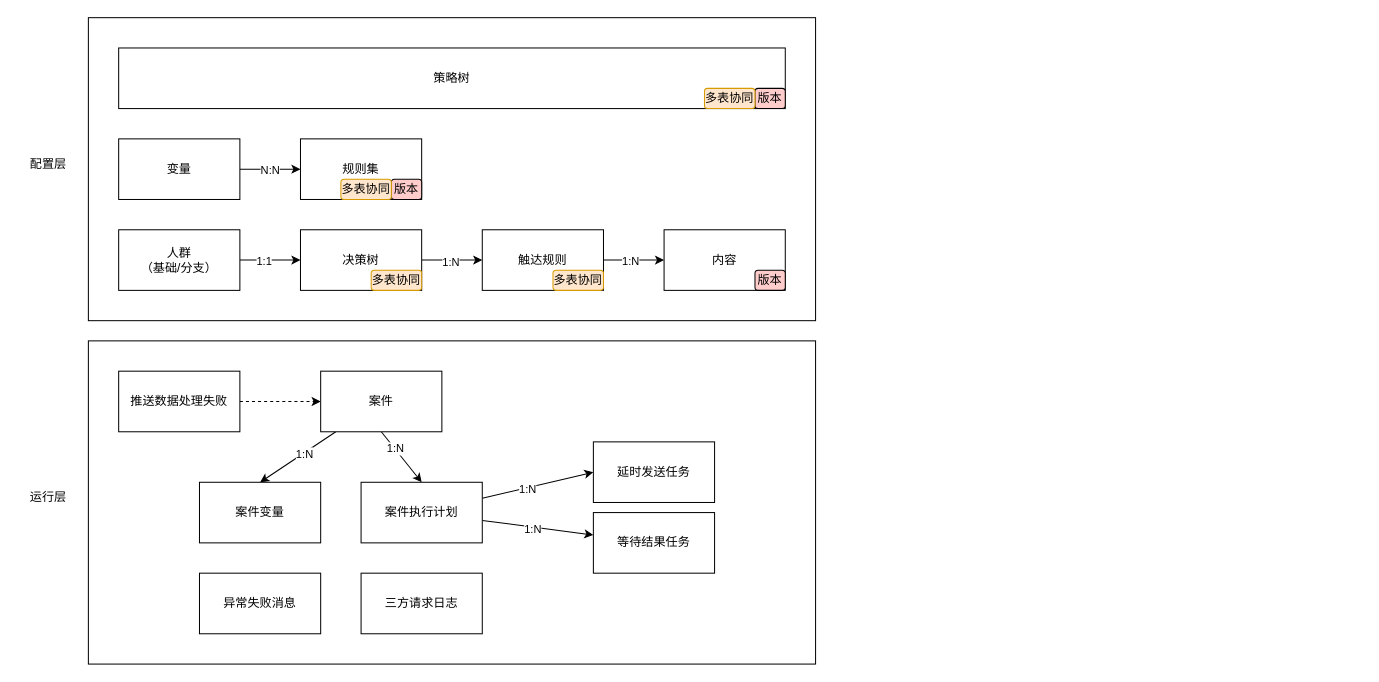
Before: page "数据模型" (2 of 6) of 运营决策系统设计.drawio in ABIN-DS/flowchart, a draw.io diagram. Source tidied: cells renumbered, new cells numbered last; positions are measured from the earlier drawing's top-left corner, leaving out a move shared by most shapes. Both pictures are drawn from the tidied source at 101%, with x=0, y=0 at pixel (17, 17).
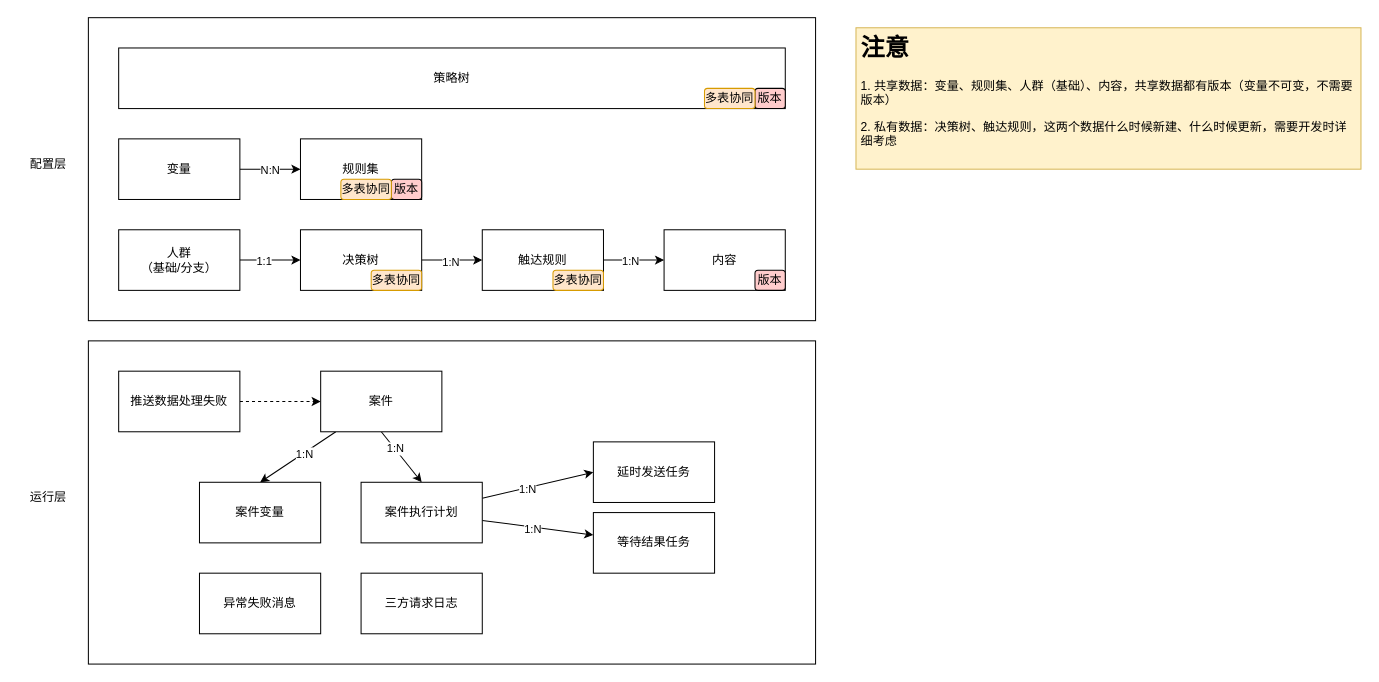
The same diagram, later.

Change to the diagram source:
```diff
@@
+    <mxCell id="45" value="&lt;h1&gt;注意&lt;/h1&gt;&lt;p&gt;1. 共享数据：变量、规则集、人群（基础）、内容，共享数据都有版本（变量不可变，不需要版本）&lt;/p&gt;&lt;p&gt;2. 私有数据：决策树、触达规则，这两个数据什么时候新建、什么时候更新，需要开发时详细考虑&lt;/p&gt;" style="text;html=1;strokeColor=#d6b656;fillColor=#fff2cc;spacing=5;spacingTop=-20;whiteSpace=wrap;overflow=hidden;rounded=0;" parent="1" vertex="1">
+      <mxGeometry x="830" y="10" width="500" height="140" as="geometry" />
+    </mxCell>
```
